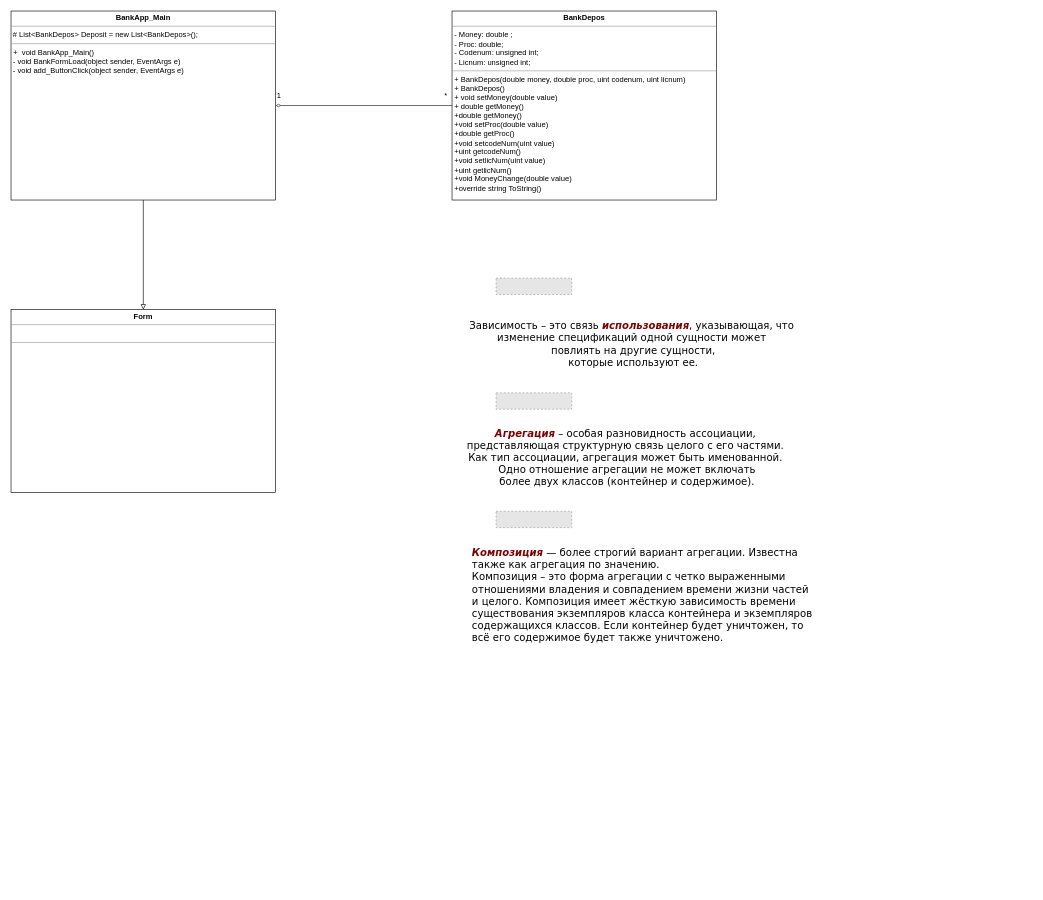
Before: BankDepos_UML.drawio in gingerswaltz/gingerswaltz-official, a draw.io diagram. Source tidied: cells renumbered, new cells numbered last; positions are measured from the earlier drawing's top-left corner, leaving out a move shared by most shapes. Both pictures are drawn from the tidied source at 63%, with x=0, y=0 at pixel (11, 11). Pictures stored in the file or linked from it are replaced by grey dashed boxes.
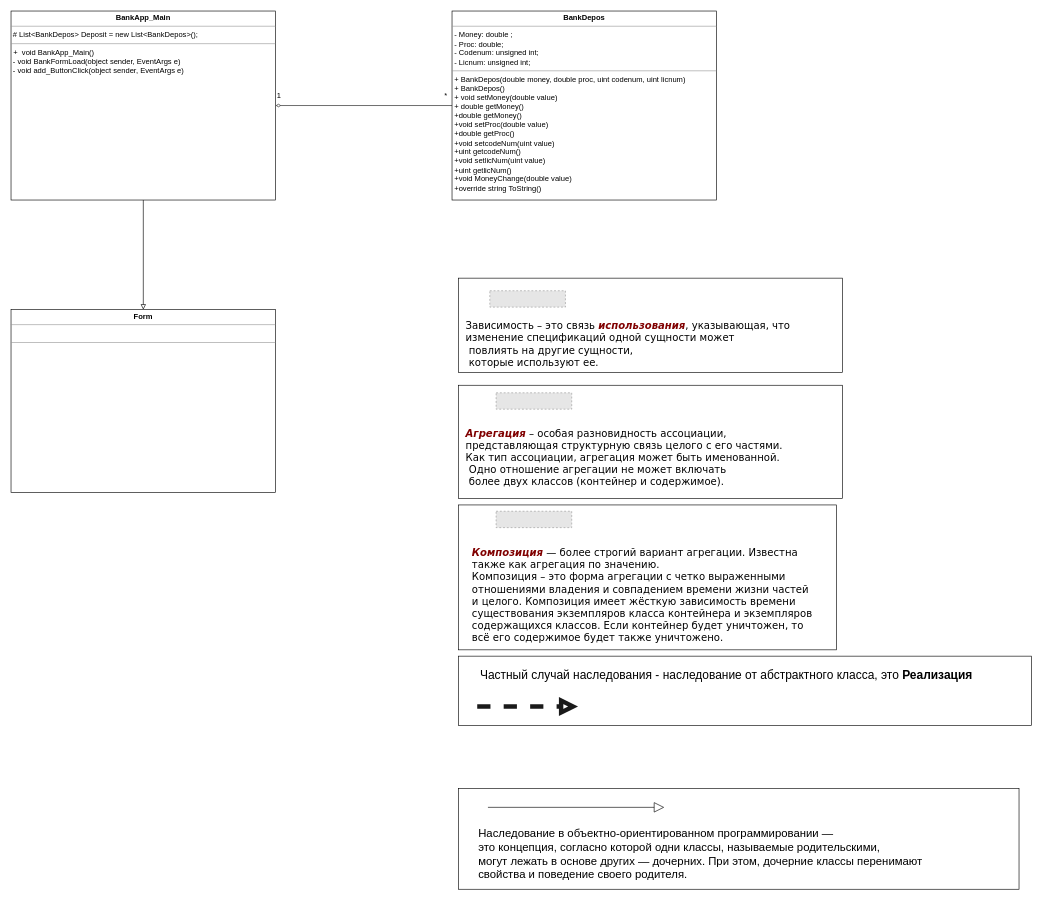
After the change.

The edit, as a diff of the source:
```diff
@@
+    <mxCell id="15" style="rounded=0;whiteSpace=wrap;html=1;" parent="1" vertex="1">
+      <mxGeometry x="710" y="424" width="610" height="150" as="geometry" />
+    </mxCell>
+    <mxCell id="16" style="rounded=0;whiteSpace=wrap;html=1;" parent="1" vertex="1">
+      <mxGeometry x="710" y="594" width="610" height="180" as="geometry" />
+    </mxCell>
+    <mxCell id="17" style="rounded=0;whiteSpace=wrap;html=1;fontStyle=1;" parent="1" vertex="1">
+      <mxGeometry x="710" y="784" width="600" height="230" as="geometry" />
+    </mxCell>
+    <mxCell id="18" style="rounded=0;whiteSpace=wrap;html=1;" parent="1" vertex="1">
+      <mxGeometry x="710" y="1234" width="890" height="160" as="geometry" />
+    </mxCell>
+    <mxCell id="19" style="rounded=0;whiteSpace=wrap;html=1;" parent="1" vertex="1">
+      <mxGeometry x="710" y="1024" width="910" height="110" as="geometry" />
+    </mxCell>
@@
     <mxCell id="9" style="fillColor=#E6E6E6;strokeColor=#999999;dashed=1;verticalLabelPosition=bottom;labelBackgroundColor=#ffffff;verticalAlign=top;" parent="1" vertex="1">
-      <mxGeometry x="770" y="424" width="120" height="26" as="geometry" />
+      <mxGeometry x="760" y="444" width="120" height="26" as="geometry" />
     </mxCell>
-    <mxCell id="10" value="&lt;span style=&quot;font-family: &amp;#34;verdana&amp;#34; , &amp;#34;arial&amp;#34; , sans-serif ; font-size: medium ; text-align: justify ; background-color: rgb(255 , 255 , 255)&quot;&gt;Зависимость – это связь&amp;nbsp;&lt;/span&gt;&lt;span class=&quot;define&quot; style=&quot;padding: 0px ; margin: 0px ; outline: none ; color: rgb(128 , 0 , 0) ; font-weight: bold ; font-style: italic ; font-family: &amp;#34;verdana&amp;#34; , &amp;#34;arial&amp;#34; , sans-serif ; font-size: medium ; text-align: justify ; background-color: rgb(255 , 255 , 255)&quot;&gt;использования&lt;/span&gt;&lt;span style=&quot;font-family: &amp;#34;verdana&amp;#34; , &amp;#34;arial&amp;#34; , sans-serif ; font-size: medium ; text-align: justify ; background-color: rgb(255 , 255 , 255)&quot;&gt;, указывающая, что &lt;br&gt;изменение спецификаций одной сущности может&lt;br&gt;&amp;nbsp;повлиять на другие сущности,&lt;br&gt;&amp;nbsp;которые используют ее.&lt;/span&gt;" style="text;html=1;align=center;verticalAlign=middle;strokeColor=none;fillColor=none;" parent="1" vertex="1">
+    <mxCell id="10" value="&lt;span style=&quot;font-family: &amp;#34;verdana&amp;#34; , &amp;#34;arial&amp;#34; , sans-serif ; font-size: medium ; background-color: rgb(255 , 255 , 255)&quot;&gt;Зависимость – это связь&amp;nbsp;&lt;/span&gt;&lt;span class=&quot;define&quot; style=&quot;padding: 0px ; margin: 0px ; outline: none ; color: rgb(128 , 0 , 0) ; font-weight: bold ; font-style: italic ; font-family: &amp;#34;verdana&amp;#34; , &amp;#34;arial&amp;#34; , sans-serif ; font-size: medium ; background-color: rgb(255 , 255 , 255)&quot;&gt;использования&lt;/span&gt;&lt;span style=&quot;font-family: &amp;#34;verdana&amp;#34; , &amp;#34;arial&amp;#34; , sans-serif ; font-size: medium ; background-color: rgb(255 , 255 , 255)&quot;&gt;, указывающая, что &lt;br&gt;изменение спецификаций одной сущности может&lt;br&gt;&amp;nbsp;повлиять на другие сущности,&lt;br&gt;&amp;nbsp;которые используют ее.&lt;/span&gt;" style="text;html=1;align=left;verticalAlign=middle;strokeColor=none;fillColor=none;" parent="1" vertex="1">
       <mxGeometry x="720" y="494" width="530" height="70" as="geometry" />
     </mxCell>
@@
-    <mxCell id="12" value="&lt;span class=&quot;define&quot; style=&quot;padding: 0px ; margin: 0px ; outline: none ; color: rgb(128 , 0 , 0) ; font-weight: bold ; font-style: italic ; font-family: &amp;#34;verdana&amp;#34; , &amp;#34;arial&amp;#34; , sans-serif ; font-size: medium ; text-align: justify ; background-color: rgb(255 , 255 , 255)&quot;&gt;Агрегация&lt;/span&gt;&lt;span style=&quot;font-family: &amp;#34;verdana&amp;#34; , &amp;#34;arial&amp;#34; , sans-serif ; font-size: medium ; text-align: justify ; background-color: rgb(255 , 255 , 255)&quot;&gt;&amp;nbsp;– особая разновидность ассоциации, &lt;br&gt;представляющая структурную связь целого с его частями. &lt;br&gt;Как тип ассоциации, агрегация может быть именованной.&lt;br&gt;&amp;nbsp;Одно отношение агрегации не может включать&lt;br&gt;&amp;nbsp;более двух классов (контейнер и содержимое).&lt;/span&gt;" style="text;html=1;align=center;verticalAlign=middle;strokeColor=none;fillColor=none;" parent="1" vertex="1">
+    <mxCell id="12" value="&lt;span class=&quot;define&quot; style=&quot;padding: 0px ; margin: 0px ; outline: none ; color: rgb(128 , 0 , 0) ; font-weight: bold ; font-style: italic ; font-family: &amp;#34;verdana&amp;#34; , &amp;#34;arial&amp;#34; , sans-serif ; font-size: medium ; background-color: rgb(255 , 255 , 255)&quot;&gt;Агрегация&lt;/span&gt;&lt;span style=&quot;font-family: &amp;#34;verdana&amp;#34; , &amp;#34;arial&amp;#34; , sans-serif ; font-size: medium ; background-color: rgb(255 , 255 , 255)&quot;&gt;&amp;nbsp;– особая разновидность ассоциации, &lt;br&gt;представляющая структурную связь целого с его частями. &lt;br&gt;Как тип ассоциации, агрегация может быть именованной.&lt;br&gt;&amp;nbsp;Одно отношение агрегации не может включать&lt;br&gt;&amp;nbsp;более двух классов (контейнер и содержимое).&lt;/span&gt;" style="text;html=1;align=left;verticalAlign=middle;strokeColor=none;fillColor=none;" parent="1" vertex="1">
       <mxGeometry x="720" y="664" width="510" height="90" as="geometry" />
     </mxCell>
@@
+    <mxCell id="20" value="&lt;font style=&quot;font-size: 19px&quot;&gt;Частный случай наследования - наследование от абстрактного класса, это &lt;b&gt;Реализация&lt;/b&gt;&lt;/font&gt;" style="text;html=1;align=center;verticalAlign=middle;strokeColor=none;fillColor=none;" parent="1" vertex="1">
+      <mxGeometry x="730" y="1044" width="810" height="20" as="geometry" />
+    </mxCell>
+    <mxCell id="21" style="endArrow=block;dashed=1;endFill=0;endSize=12;html=1;rounded=0;strokeColor=#1A1A1A;strokeWidth=7;edgeStyle=orthogonalEdgeStyle;" parent="1" edge="1">
+      <mxGeometry relative="1" as="geometry">
+        <mxPoint x="740" y="1104" as="sourcePoint" />
+        <mxPoint x="900" y="1104" as="targetPoint" />
+      </mxGeometry>
+    </mxCell>
+    <mxCell id="22" value="&lt;span style=&quot;background-color: rgb(255 , 255 , 255) ; font-size: 18px&quot;&gt;&lt;span style=&quot;font-family: &amp;#34;google sans&amp;#34; , &amp;#34;arial&amp;#34; , sans-serif&quot;&gt;Наследование в объектно-ориентированном программировании — &lt;br&gt;это&lt;span class=&quot;Apple-converted-space&quot;&gt;&amp;nbsp;&lt;/span&gt;&lt;/span&gt;&lt;span style=&quot;font-family: &amp;#34;google sans&amp;#34; , &amp;#34;arial&amp;#34; , sans-serif&quot;&gt;концепция, согласно которой одни классы, называемые родительскими, &lt;br&gt;могут лежать в основе других — дочерних&lt;/span&gt;&lt;span style=&quot;font-family: &amp;#34;google sans&amp;#34; , &amp;#34;arial&amp;#34; , sans-serif&quot;&gt;. При этом, дочерние классы перенимают &lt;br&gt;свойства и поведение своего родителя.&lt;/span&gt;&lt;/span&gt;" style="text;html=1;align=left;verticalAlign=middle;strokeColor=none;fillColor=none;" parent="1" vertex="1">
+      <mxGeometry x="740" y="1304" width="720" height="70" as="geometry" />
+    </mxCell>
+    <mxCell id="23" style="edgeStyle=orthogonalEdgeStyle;rounded=0;orthogonalLoop=1;jettySize=auto;html=1;endArrow=block;endFill=0;endSize=14;startSize=15;" parent="1" edge="1">
+      <mxGeometry relative="1" as="geometry">
+        <mxPoint x="757" y="1264" as="sourcePoint" />
+        <mxPoint x="1037" y="1264" as="targetPoint" />
+      </mxGeometry>
+    </mxCell>
```
